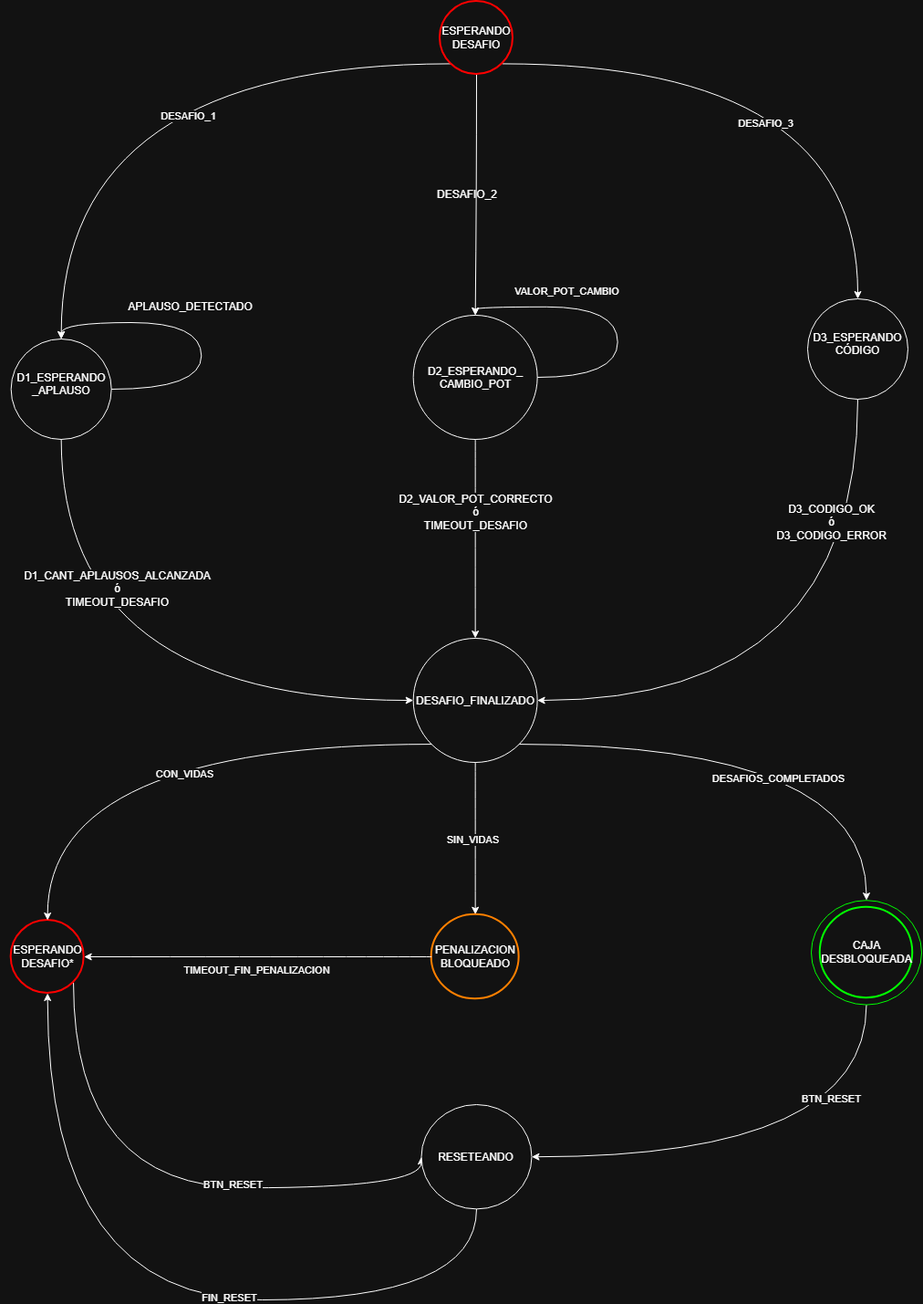
This is Informes/FSM.png from UNLAM-SOA/2026-SOA-Q2-L2, a draw.io export, as it was before one commit. Source tidied: cells renumbered, new cells last; positions are measured from the earlier drawing's top-left corner, leaving out a move shared by most shapes. The source it was exported from:
```xml
<mxGraphModel>
  <root>
    <mxCell id="0" />
    <mxCell id="1" parent="0" />
    <mxCell id="2" value="D1_ESPERANDO _APLAUSO" style="ellipse;whiteSpace=wrap;html=1;shapeInside=1;" parent="1" vertex="1">
      <mxGeometry x="4.7" y="370" width="110" height="110" as="geometry" />
    </mxCell>
    <mxCell id="3" style="edgeStyle=orthogonalEdgeStyle;curved=1;rounded=0;jettySize=auto;html=1;exitX=0.145;exitY=0.855;exitDx=0;exitDy=0;exitPerimeter=0;entryX=0.5;entryY=0;entryDx=0;entryDy=0;" parent="1" edge="1" source="8" target="2">
      <mxGeometry relative="1" as="geometry" />
    </mxCell>
    <mxCell id="4" value="DESAFIO_1" style="edgeLabel;html=1;align=center;verticalAlign=middle;" parent="3" vertex="1">
      <mxGeometry x="-0.21" y="57" relative="1" as="geometry" />
    </mxCell>
    <mxCell id="5" style="edgeStyle=orthogonalEdgeStyle;curved=1;rounded=0;jettySize=auto;html=1;exitX=0.5;exitY=1;exitDx=0;exitDy=0;exitPerimeter=0;entryX=0.5;entryY=0;entryDx=0;entryDy=0;" parent="1" edge="1" source="8" target="12">
      <mxGeometry relative="1" as="geometry" />
    </mxCell>
    <mxCell id="6" style="edgeStyle=orthogonalEdgeStyle;curved=1;rounded=0;jettySize=auto;html=1;exitX=0.855;exitY=0.855;exitDx=0;exitDy=0;exitPerimeter=0;entryX=0.5;entryY=0;entryDx=0;entryDy=0;" parent="1" edge="1" source="8" target="17">
      <mxGeometry relative="1" as="geometry" />
    </mxCell>
    <mxCell id="7" value="DESAFIO_3" style="edgeLabel;html=1;align=center;verticalAlign=middle;" parent="6" vertex="1">
      <mxGeometry x="-0.11" y="-65" relative="1" as="geometry" />
    </mxCell>
    <mxCell id="8" value="ESPERANDO DESAFIO" style="strokeWidth=2;html=1;shape=mxgraph.flowchart.start_2;whiteSpace=wrap;strokeColor=light-dark(#000000,#FF0000);" parent="1" vertex="1">
      <mxGeometry x="475" width="80" height="80" as="geometry" />
    </mxCell>
    <mxCell id="9" style="edgeStyle=orthogonalEdgeStyle;rounded=0;orthogonalLoop=1;jettySize=auto;html=1;exitX=0.5;exitY=1;exitDx=0;exitDy=0;" parent="1" edge="1">
      <mxGeometry relative="1" as="geometry">
        <mxPoint y="307" as="sourcePoint" />
        <mxPoint y="307" as="targetPoint" />
      </mxGeometry>
    </mxCell>
    <mxCell id="10" style="edgeStyle=orthogonalEdgeStyle;rounded=0;jettySize=auto;html=1;exitX=0.5;exitY=1;exitDx=0;exitDy=0;entryX=0.5;entryY=0;entryDx=0;entryDy=0;curved=1;" parent="1" edge="1" source="12" target="23">
      <mxGeometry relative="1" as="geometry" />
    </mxCell>
    <mxCell id="11" value="&lt;div&gt;D2_VALOR_POT_CORRECTO&lt;/div&gt;&lt;div&gt;ó&lt;/div&gt;&lt;div&gt;TIMEOUT_DESAFIO&lt;/div&gt;" style="edgeLabel;html=1;align=center;verticalAlign=middle;fontSize=12;" parent="10" vertex="1">
      <mxGeometry x="-0.15" y="2" relative="1" as="geometry">
        <mxPoint x="-2" y="-14" as="offset" />
      </mxGeometry>
    </mxCell>
    <mxCell id="12" value="D2_ESPERANDO_ CAMBIO_POT" style="ellipse;whiteSpace=wrap;html=1;shapeInside=1;" parent="1" vertex="1">
      <mxGeometry x="445.7" y="344" width="136" height="136" as="geometry" />
    </mxCell>
    <mxCell id="13" style="edgeStyle=orthogonalEdgeStyle;curved=1;rounded=0;orthogonalLoop=1;jettySize=auto;html=1;innerLoopWaypoints=1;exitX=1;exitY=0.5;exitDx=0;exitDy=0;entryX=0.5;entryY=0;entryDx=0;entryDy=0;" parent="1" edge="1" source="12" target="12">
      <mxGeometry relative="1" as="geometry">
        <Array as="points">
          <mxPoint x="669.7" y="412" />
          <mxPoint x="669.7" y="334.8" />
          <mxPoint x="512.8" y="334.8" />
          <mxPoint x="512.8" y="344" />
        </Array>
      </mxGeometry>
    </mxCell>
    <mxCell id="14" value="VALOR_POT_CAMBIO" style="edgeLabel;html=1;align=center;verticalAlign=middle;" parent="13" vertex="1">
      <mxGeometry x="0.51" y="5" relative="1" as="geometry">
        <mxPoint x="29" y="-22" as="offset" />
      </mxGeometry>
    </mxCell>
    <mxCell id="15" style="edgeStyle=orthogonalEdgeStyle;curved=1;rounded=0;jettySize=auto;html=1;exitX=0.5;exitY=1;exitDx=0;exitDy=0;entryX=1;entryY=0.5;entryDx=0;entryDy=0;" parent="1" edge="1" source="17" target="23">
      <mxGeometry relative="1" as="geometry" />
    </mxCell>
    <mxCell id="16" value="&lt;div&gt;D3_CODIGO_OK&lt;/div&gt;&lt;div&gt;ó&lt;/div&gt;&lt;div&gt;D3_CODIGO_ERROR&lt;/div&gt;" style="edgeLabel;html=1;align=center;verticalAlign=middle;fontSize=12;" parent="15" vertex="1">
      <mxGeometry x="-0.32" y="-85" relative="1" as="geometry">
        <mxPoint x="55" y="-98" as="offset" />
      </mxGeometry>
    </mxCell>
    <mxCell id="17" value="D3_ESPERANDO CÓDIGO" style="ellipse;whiteSpace=wrap;html=1;shapeInside=1;" parent="1" vertex="1">
      <mxGeometry x="878" y="326" width="110" height="110" as="geometry" />
    </mxCell>
    <mxCell id="18" value="DESAFIO_2" style="text;html=1;whiteSpace=wrap;strokeColor=none;fillColor=none;align=center;verticalAlign=middle;rounded=0;" parent="1" vertex="1">
      <mxGeometry x="475" y="197" width="60" height="30" as="geometry" />
    </mxCell>
    <mxCell id="19" style="edgeStyle=orthogonalEdgeStyle;curved=1;rounded=0;orthogonalLoop=1;jettySize=auto;html=1;innerLoopWaypoints=1;exitX=1;exitY=0.5;exitDx=0;exitDy=0;entryX=0.5;entryY=0;entryDx=0;entryDy=0;" parent="1" edge="1" source="2" target="2">
      <mxGeometry relative="1" as="geometry">
        <Array as="points">
          <mxPoint x="213.3" y="425" />
          <mxPoint x="213.3" y="352" />
          <mxPoint x="59.7" y="352" />
        </Array>
      </mxGeometry>
    </mxCell>
    <mxCell id="20" value="APLAUSO_DETECTADO" style="text;html=1;whiteSpace=wrap;strokeColor=none;fillColor=none;align=center;verticalAlign=middle;rounded=0;" parent="1" vertex="1">
      <mxGeometry x="107.7" y="320" width="187" height="30" as="geometry" />
    </mxCell>
    <mxCell id="21" style="edgeStyle=orthogonalEdgeStyle;curved=1;rounded=0;jettySize=auto;html=1;exitX=0.5;exitY=1;exitDx=0;exitDy=0;entryX=0;entryY=0.5;entryDx=0;entryDy=0;" parent="1" edge="1" source="2" target="23">
      <mxGeometry relative="1" as="geometry" />
    </mxCell>
    <mxCell id="22" value="&lt;div&gt;D1_CANT_APLAUSOS_ALCANZADA&lt;/div&gt;&lt;div&gt;ó&lt;/div&gt;&lt;div&gt;TIMEOUT_DESAFIO&lt;/div&gt;" style="edgeLabel;html=1;align=center;verticalAlign=middle;fontSize=12;" parent="21" vertex="1">
      <mxGeometry x="0.43" y="10" relative="1" as="geometry">
        <mxPoint x="-133" y="-113" as="offset" />
      </mxGeometry>
    </mxCell>
    <mxCell id="23" value="DESAFIO_FINALIZADO" style="ellipse;whiteSpace=wrap;html=1;shapeInside=1;" parent="1" vertex="1">
      <mxGeometry x="445.7" y="698" width="136" height="136" as="geometry" />
    </mxCell>
    <mxCell id="24" style="edgeStyle=orthogonalEdgeStyle;curved=1;rounded=0;jettySize=auto;html=1;exitX=0.5;exitY=1;exitDx=0;exitDy=0;entryX=1;entryY=0.5;entryDx=0;entryDy=0;" parent="1" edge="1" source="26" target="40">
      <mxGeometry relative="1" as="geometry" />
    </mxCell>
    <mxCell id="25" value="BTN_RESET" style="edgeLabel;html=1;align=center;verticalAlign=middle;" parent="24" vertex="1">
      <mxGeometry x="-0.33" y="-2" relative="1" as="geometry">
        <mxPoint x="-26" y="-62" as="offset" />
      </mxGeometry>
    </mxCell>
    <mxCell id="26" style="ellipse;whiteSpace=wrap;html=1;shapeInside=1;fillColor=none;strokeColor=light-dark(#000000,#00FF00);" parent="1" vertex="1">
      <mxGeometry x="882" y="985.2" width="121" height="114.4" as="geometry" />
    </mxCell>
    <mxCell id="27" style="edgeStyle=orthogonalEdgeStyle;curved=1;rounded=0;jettySize=auto;html=1;exitX=0.5;exitY=1;exitDx=0;exitDy=0;" parent="1" edge="1" source="23" target="33">
      <mxGeometry relative="1" as="geometry" />
    </mxCell>
    <mxCell id="28" value="SIN_VIDAS" style="edgeLabel;html=1;align=center;verticalAlign=middle;" parent="27" vertex="1">
      <mxGeometry x="0.03" y="3" relative="1" as="geometry">
        <mxPoint x="-6" y="-2" as="offset" />
      </mxGeometry>
    </mxCell>
    <mxCell id="29" style="edgeStyle=orthogonalEdgeStyle;curved=1;rounded=0;jettySize=auto;html=1;exitX=1;exitY=1;exitDx=0;exitDy=0;entryX=0.5;entryY=0;entryDx=0;entryDy=0;" parent="1" edge="1" source="23" target="26">
      <mxGeometry relative="1" as="geometry" />
    </mxCell>
    <mxCell id="30" value="DESAFIOS_COMPLETADOS" style="edgeLabel;html=1;align=center;verticalAlign=middle;" parent="29" vertex="1">
      <mxGeometry x="0.4" y="-11" relative="1" as="geometry">
        <mxPoint x="-86" y="32" as="offset" />
      </mxGeometry>
    </mxCell>
    <mxCell id="31" style="edgeStyle=orthogonalEdgeStyle;curved=1;rounded=0;jettySize=auto;html=1;exitX=0.855;exitY=0.855;exitDx=0;exitDy=0;exitPerimeter=0;entryX=0;entryY=0.5;entryDx=0;entryDy=0;" parent="1" edge="1" source="35" target="40">
      <mxGeometry relative="1" as="geometry">
        <Array as="points">
          <mxPoint x="73.2" y="1300.2" />
        </Array>
      </mxGeometry>
    </mxCell>
    <mxCell id="32" value="BTN_RESET" style="edgeLabel;html=1;align=center;verticalAlign=middle;" parent="31" vertex="1">
      <mxGeometry x="-0.2" y="26" relative="1" as="geometry">
        <mxPoint x="144" y="22" as="offset" />
      </mxGeometry>
    </mxCell>
    <mxCell id="33" value="PENALIZACION BLOQUEADO" style="strokeWidth=2;html=1;shape=mxgraph.flowchart.start_2;whiteSpace=wrap;strokeColor=light-dark(#000000,#FF8000);" parent="1" vertex="1">
      <mxGeometry x="465.7" y="1000.7" width="96" height="92.6" as="geometry" />
    </mxCell>
    <mxCell id="34" value="CAJA DESBLOQUEADA" style="strokeWidth=2;html=1;shape=mxgraph.flowchart.start_2;whiteSpace=wrap;strokeColor=light-dark(#000000,#00FF00);" parent="1" vertex="1">
      <mxGeometry x="891.8" y="992.7" width="101.5" height="99.5" as="geometry" />
    </mxCell>
    <mxCell id="35" value="ESPERANDO DESAFIO*" style="strokeWidth=2;html=1;shape=mxgraph.flowchart.start_2;whiteSpace=wrap;strokeColor=light-dark(#000000,#FF0000);" parent="1" vertex="1">
      <mxGeometry x="4.7" y="1007" width="80" height="80" as="geometry" />
    </mxCell>
    <mxCell id="36" style="edgeStyle=orthogonalEdgeStyle;curved=1;rounded=0;jettySize=auto;html=1;exitX=0;exitY=1;exitDx=0;exitDy=0;entryX=0.5;entryY=0;entryDx=0;entryDy=0;entryPerimeter=0;" parent="1" edge="1" source="23" target="35">
      <mxGeometry relative="1" as="geometry" />
    </mxCell>
    <mxCell id="37" value="CON_VIDAS" style="edgeLabel;html=1;align=center;verticalAlign=middle;" parent="36" vertex="1">
      <mxGeometry x="0.43" y="10" relative="1" as="geometry">
        <mxPoint x="140" y="15" as="offset" />
      </mxGeometry>
    </mxCell>
    <mxCell id="38" style="edgeStyle=orthogonalEdgeStyle;curved=1;rounded=0;jettySize=auto;html=1;exitX=0;exitY=0.5;exitDx=0;exitDy=0;exitPerimeter=0;entryX=1;entryY=0.5;entryDx=0;entryDy=0;entryPerimeter=0;" parent="1" edge="1" source="33" target="35">
      <mxGeometry relative="1" as="geometry">
        <Array as="points">
          <mxPoint x="465.8" y="1047" />
        </Array>
      </mxGeometry>
    </mxCell>
    <mxCell id="39" value="TIMEOUT_FIN_PENALIZACION" style="edgeLabel;html=1;align=center;verticalAlign=middle;" parent="38" vertex="1">
      <mxGeometry x="-0.01" y="2" relative="1" as="geometry">
        <mxPoint x="-3" y="12" as="offset" />
      </mxGeometry>
    </mxCell>
    <mxCell id="40" value="RESETEANDO" style="ellipse;whiteSpace=wrap;html=1;shapeInside=1;" parent="1" vertex="1">
      <mxGeometry x="454.5" y="1209" width="121" height="114.4" as="geometry" />
    </mxCell>
    <mxCell id="41" style="edgeStyle=orthogonalEdgeStyle;curved=1;rounded=0;jettySize=auto;html=1;exitX=0.5;exitY=1;exitDx=0;exitDy=0;entryX=0.5;entryY=1;entryDx=0;entryDy=0;entryPerimeter=0;" parent="1" edge="1" source="40" target="35">
      <mxGeometry relative="1" as="geometry">
        <Array as="points">
          <mxPoint x="515" y="1423" />
          <mxPoint x="44.6" y="1423" />
        </Array>
      </mxGeometry>
    </mxCell>
    <mxCell id="42" value="FIN_RESET" style="edgeLabel;html=1;align=center;verticalAlign=middle;" parent="41" vertex="1">
      <mxGeometry x="-0.1" y="-2" relative="1" as="geometry">
        <mxPoint x="39" as="offset" />
      </mxGeometry>
    </mxCell>
  </root>
</mxGraphModel>
```
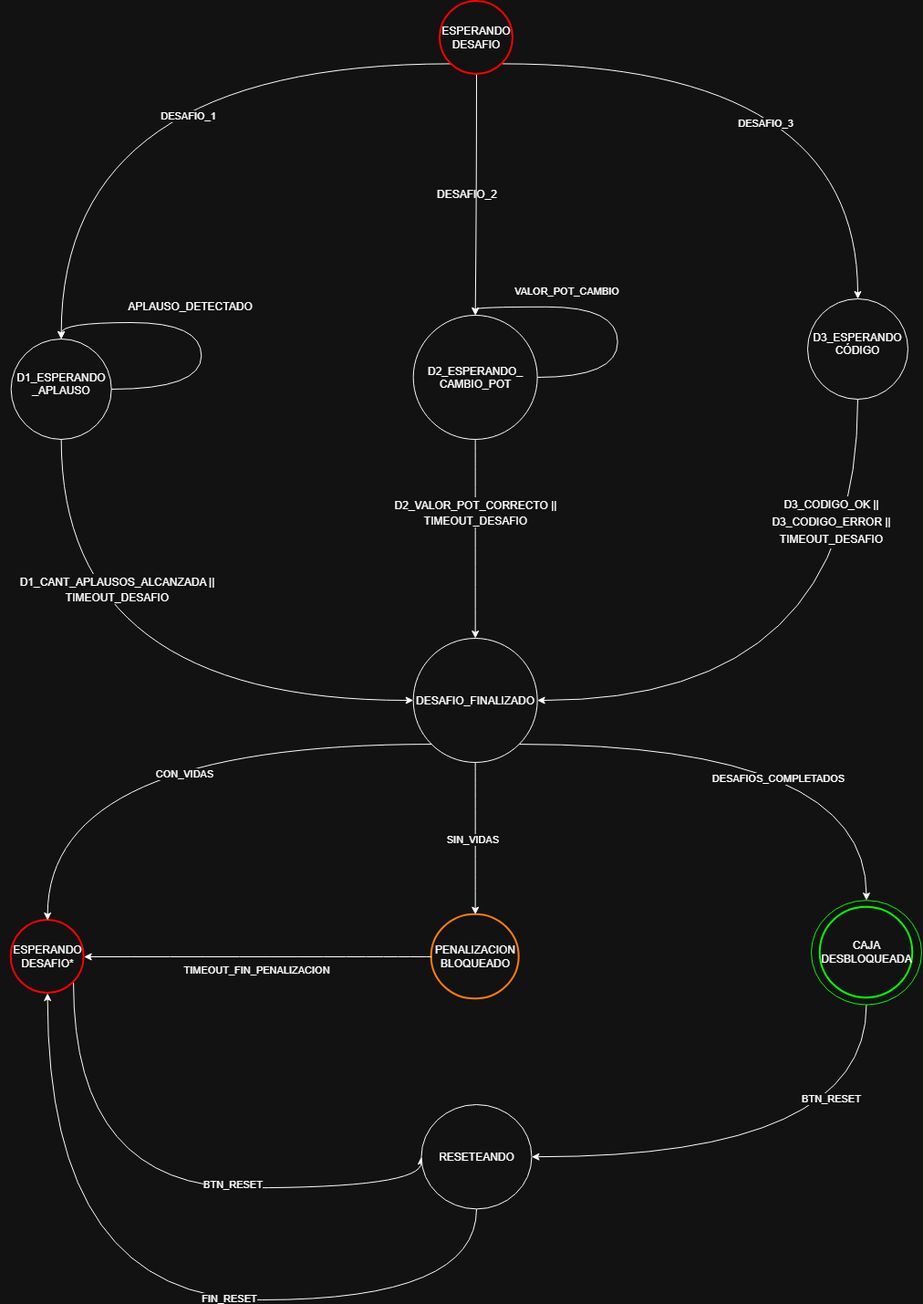
Above is the later version.

Commit message:
doc/actualizacion_informe

The edit, as a diff of the source:
```diff
@@ -32,7 +32,7 @@
     <mxCell id="10" style="edgeStyle=orthogonalEdgeStyle;rounded=0;jettySize=auto;html=1;exitX=0.5;exitY=1;exitDx=0;exitDy=0;entryX=0.5;entryY=0;entryDx=0;entryDy=0;curved=1;" parent="1" edge="1" source="12" target="23">
       <mxGeometry relative="1" as="geometry" />
     </mxCell>
-    <mxCell id="11" value="&lt;div&gt;D2_VALOR_POT_CORRECTO&lt;/div&gt;&lt;div&gt;ó&lt;/div&gt;&lt;div&gt;TIMEOUT_DESAFIO&lt;/div&gt;" style="edgeLabel;html=1;align=center;verticalAlign=middle;fontSize=12;" parent="10" vertex="1">
+    <mxCell id="11" value="&lt;div style=&quot;line-height: 160%;&quot;&gt;D2_VALOR_POT_CORRECTO ||&lt;/div&gt;&lt;div&gt;TIMEOUT_DESAFIO&lt;/div&gt;" style="edgeLabel;html=1;align=center;verticalAlign=middle;fontSize=12;" parent="10" vertex="1">
       <mxGeometry x="-0.15" y="2" relative="1" as="geometry">
         <mxPoint x="-2" y="-14" as="offset" />
       </mxGeometry>
@@ -58,7 +58,7 @@
     <mxCell id="15" style="edgeStyle=orthogonalEdgeStyle;curved=1;rounded=0;jettySize=auto;html=1;exitX=0.5;exitY=1;exitDx=0;exitDy=0;entryX=1;entryY=0.5;entryDx=0;entryDy=0;" parent="1" edge="1" source="17" target="23">
       <mxGeometry relative="1" as="geometry" />
     </mxCell>
-    <mxCell id="16" value="&lt;div&gt;D3_CODIGO_OK&lt;/div&gt;&lt;div&gt;ó&lt;/div&gt;&lt;div&gt;D3_CODIGO_ERROR&lt;/div&gt;" style="edgeLabel;html=1;align=center;verticalAlign=middle;fontSize=12;" parent="15" vertex="1">
+    <mxCell id="16" value="&lt;div style=&quot;line-height: 160%;&quot;&gt;&lt;div&gt;D3_CODIGO_OK ||&lt;/div&gt;&lt;div&gt;D3_CODIGO_ERROR ||&lt;br&gt;&lt;/div&gt;&lt;div&gt;TIMEOUT_DESAFIO&lt;/div&gt;&lt;/div&gt;" style="edgeLabel;html=1;align=center;verticalAlign=middle;fontSize=12;" parent="15" vertex="1">
       <mxGeometry x="-0.32" y="-85" relative="1" as="geometry">
         <mxPoint x="55" y="-98" as="offset" />
       </mxGeometry>
@@ -84,7 +84,7 @@
     <mxCell id="21" style="edgeStyle=orthogonalEdgeStyle;curved=1;rounded=0;jettySize=auto;html=1;exitX=0.5;exitY=1;exitDx=0;exitDy=0;entryX=0;entryY=0.5;entryDx=0;entryDy=0;" parent="1" edge="1" source="2" target="23">
       <mxGeometry relative="1" as="geometry" />
     </mxCell>
-    <mxCell id="22" value="&lt;div&gt;D1_CANT_APLAUSOS_ALCANZADA&lt;/div&gt;&lt;div&gt;ó&lt;/div&gt;&lt;div&gt;TIMEOUT_DESAFIO&lt;/div&gt;" style="edgeLabel;html=1;align=center;verticalAlign=middle;fontSize=12;" parent="21" vertex="1">
+    <mxCell id="22" value="&lt;div style=&quot;line-height: 160%;&quot;&gt;D1_CANT_APLAUSOS_ALCANZADA ||&lt;/div&gt;&lt;div&gt;&lt;span style=&quot;background-color: light-dark(#ffffff, var(--ge-dark-color, #121212)); color: light-dark(#000000, var(--ge-light-color, #ffffff));&quot;&gt;TIMEOUT_DESAFIO&lt;/span&gt;&lt;/div&gt;" style="edgeLabel;html=1;align=center;verticalAlign=middle;fontSize=12;" parent="21" vertex="1">
       <mxGeometry x="0.43" y="10" relative="1" as="geometry">
         <mxPoint x="-133" y="-113" as="offset" />
       </mxGeometry>
```
